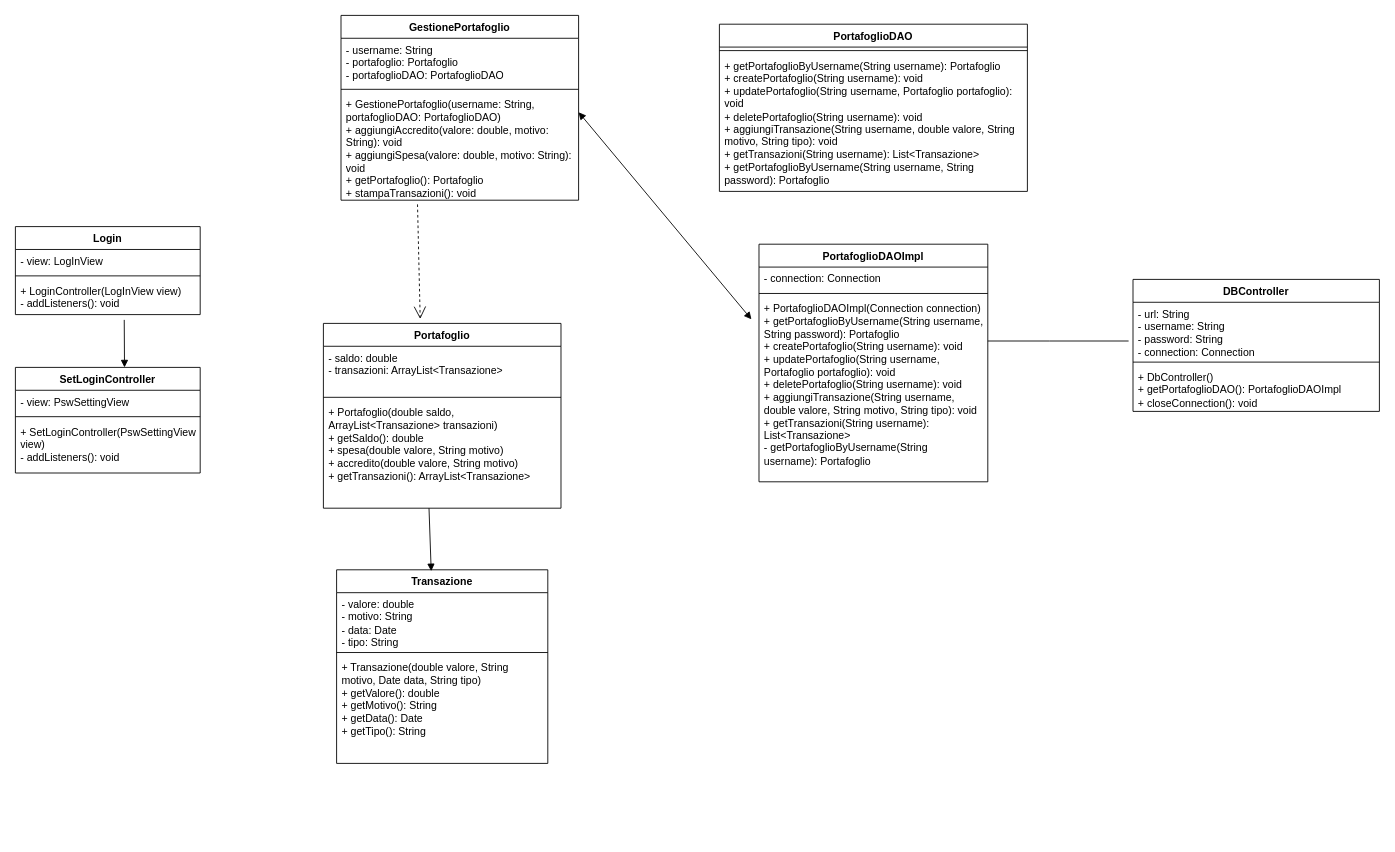
This is Portafoglio/Uml Model.drawio from IngSW-unipv/Progetto-AC23, a draw.io file, before an edit. Source tidied: cells renumbered, new cells numbered last; positions are measured from the earlier drawing's top-left corner, leaving out a move shared by most shapes. Both pictures are drawn from the tidied source at 88%, with x=0, y=0 at pixel (15, 15).
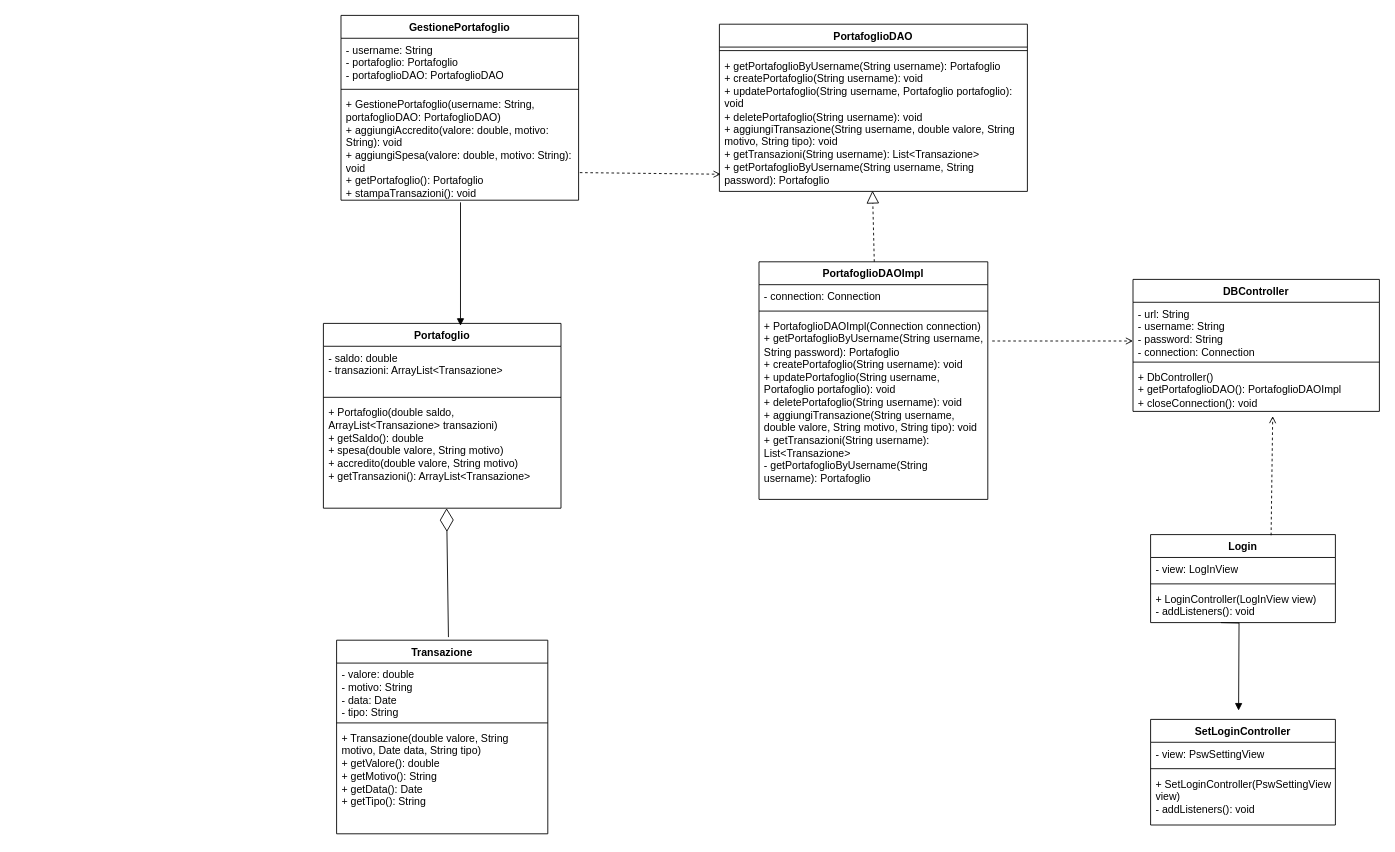
The same diagram, later.

Unchanged cells that the change refers to:
```xml
<mxCell id="6" value="Portafoglio" style="swimlane;fontStyle=1;align=center;verticalAlign=top;horizontal=1;startSize=26;whiteSpace=wrap;html=1;" parent="1" vertex="1">
  <mxGeometry x="350" y="350" width="270" height="210" as="geometry" />
</mxCell>
<mxCell id="13" value="&lt;div&gt;+ LoginController(LogInView view)&lt;/div&gt;&lt;div&gt;- addListeners(): void&lt;/div&gt;&lt;div&gt;&lt;br&gt;&lt;/div&gt;" style="text;strokeColor=none;fillColor=none;align=left;verticalAlign=top;spacingLeft=4;spacingRight=4;overflow=hidden;points=[[0,0.5],[1,0.5]];portConstraint=eastwest;whiteSpace=wrap;html=1;" parent="10" vertex="1">
  <mxGeometry y="60" width="210" height="40" as="geometry" />
</mxCell>
<mxCell id="20" value="&lt;div&gt;+ getPortafoglioByUsername(String username): Portafoglio&lt;/div&gt;&lt;div&gt;+ createPortafoglio(String username): void&lt;/div&gt;&lt;div&gt;+ updatePortafoglio(String username, Portafoglio portafoglio): void&lt;/div&gt;&lt;div&gt;+ deletePortafoglio(String username): void&lt;/div&gt;&lt;div&gt;+ aggiungiTransazione(String username, double valore, String motivo, String tipo): void&lt;/div&gt;&lt;div&gt;+ getTransazioni(String username): List&amp;lt;Transazione&amp;gt;&lt;/div&gt;&lt;div&gt;+ getPortafoglioByUsername(String username, String password): Portafoglio&lt;/div&gt;&lt;div&gt;&lt;br&gt;&lt;/div&gt;" style="text;strokeColor=none;fillColor=none;align=left;verticalAlign=top;spacingLeft=4;spacingRight=4;overflow=hidden;points=[[0,0.5],[1,0.5]];portConstraint=eastwest;whiteSpace=wrap;html=1;" parent="18" vertex="1">
  <mxGeometry y="34" width="350" height="156" as="geometry" />
</mxCell>
<mxCell id="24" value="&lt;div&gt;+ PortafoglioDAOImpl(Connection connection)&lt;/div&gt;&lt;div&gt;+ getPortafoglioByUsername(String username, String password): Portafoglio&lt;/div&gt;&lt;div&gt;+ createPortafoglio(String username): void&lt;/div&gt;&lt;div&gt;+ updatePortafoglio(String username, Portafoglio portafoglio): void&lt;/div&gt;&lt;div&gt;+ deletePortafoglio(String username): void&lt;/div&gt;&lt;div&gt;+ aggiungiTransazione(String username, double valore, String motivo, String tipo): void&lt;/div&gt;&lt;div&gt;+ getTransazioni(String username): List&amp;lt;Transazione&amp;gt;&lt;/div&gt;&lt;div&gt;- getPortafoglioByUsername(String username): Portafoglio&lt;/div&gt;&lt;div&gt;&lt;br&gt;&lt;/div&gt;" style="text;strokeColor=none;fillColor=none;align=left;verticalAlign=top;spacingLeft=4;spacingRight=4;overflow=hidden;points=[[0,0.5],[1,0.5]];portConstraint=eastwest;whiteSpace=wrap;html=1;" parent="21" vertex="1">
  <mxGeometry y="60" width="260" height="210" as="geometry" />
</mxCell>
<mxCell id="28" value="&lt;div&gt;+ DbController()&lt;/div&gt;&lt;div&gt;+ getPortafoglioDAO(): PortafoglioDAOImpl&lt;/div&gt;&lt;div&gt;+ closeConnection(): void&lt;/div&gt;&lt;div&gt;&lt;br&gt;&lt;/div&gt;" style="text;strokeColor=none;fillColor=none;align=left;verticalAlign=top;spacingLeft=4;spacingRight=4;overflow=hidden;points=[[0,0.5],[1,0.5]];portConstraint=eastwest;whiteSpace=wrap;html=1;" parent="25" vertex="1">
  <mxGeometry y="98" width="280" height="52" as="geometry" />
</mxCell>
<mxCell id="32" value="&lt;div&gt;+ GestionePortafoglio(username: String, portafoglioDAO: PortafoglioDAO)&lt;/div&gt;&lt;div&gt;+ aggiungiAccredito(valore: double, motivo: String): void&lt;/div&gt;&lt;div&gt;+ aggiungiSpesa(valore: double, motivo: String): void&lt;/div&gt;&lt;div&gt;+ getPortafoglio(): Portafoglio&lt;/div&gt;&lt;div&gt;+ stampaTransazioni(): void&lt;/div&gt;&lt;div&gt;&lt;br&gt;&lt;/div&gt;" style="text;strokeColor=none;fillColor=none;align=left;verticalAlign=top;spacingLeft=4;spacingRight=4;overflow=hidden;points=[[0,0.5],[1,0.5]];portConstraint=eastwest;whiteSpace=wrap;html=1;" parent="29" vertex="1">
  <mxGeometry y="88" width="270" height="122" as="geometry" />
</mxCell>
```

Change to the diagram source:
```diff
@@
     <mxCell id="2" value="Transazione" style="swimlane;fontStyle=1;align=center;verticalAlign=top;horizontal=1;startSize=26;whiteSpace=wrap;html=1;" parent="1" vertex="1">
-      <mxGeometry x="365" y="630" width="240" height="220" as="geometry" />
+      <mxGeometry x="365" y="710" width="240" height="220" as="geometry" />
     </mxCell>
@@
     <mxCell id="10" value="Login" style="swimlane;fontStyle=1;align=center;verticalAlign=top;horizontal=1;startSize=26;whiteSpace=wrap;html=1;" parent="1" vertex="1">
-      <mxGeometry y="240" width="210" height="100" as="geometry" />
+      <mxGeometry x="1290" y="590" width="210" height="100" as="geometry" />
     </mxCell>
@@
+    <mxCell id="38" style="endArrow=block;endFill=1;html=1;edgeStyle=orthogonalEdgeStyle;align=left;verticalAlign=top;rounded=0;" parent="10" edge="1">
+      <mxGeometry x="-1" relative="1" as="geometry">
+        <mxPoint x="80" y="100" as="sourcePoint" />
+        <mxPoint x="100" y="200" as="targetPoint" />
+      </mxGeometry>
+    </mxCell>
     <mxCell id="14" value="SetLoginController" style="swimlane;fontStyle=1;align=center;verticalAlign=top;horizontal=1;startSize=26;whiteSpace=wrap;html=1;" parent="1" vertex="1">
-      <mxGeometry y="400" width="210" height="120" as="geometry" />
+      <mxGeometry x="1290" y="800" width="210" height="120" as="geometry" />
     </mxCell>
@@
     <mxCell id="21" value="PortafoglioDAOImpl" style="swimlane;fontStyle=1;align=center;verticalAlign=top;horizontal=1;startSize=26;whiteSpace=wrap;html=1;" parent="1" vertex="1">
-      <mxGeometry x="845" y="260" width="260" height="270" as="geometry" />
+      <mxGeometry x="845" y="280" width="260" height="270" as="geometry" />
     </mxCell>
@@
-    <mxCell id="33" style="endArrow=none;html=1;edgeStyle=orthogonalEdgeStyle;rounded=0;" parent="1" edge="1">
-      <mxGeometry relative="1" as="geometry">
-        <mxPoint x="1105" y="370" as="sourcePoint" />
-        <mxPoint x="1265" y="370" as="targetPoint" />
-        <Array as="points">
-          <mxPoint x="1175" y="370" />
-          <mxPoint x="1175" y="370" />
-        </Array>
-      </mxGeometry>
-    </mxCell>
-    <mxCell id="34" style="endArrow=block;startArrow=block;endFill=1;startFill=1;html=1;rounded=0;entryX=-0.033;entryY=0.121;entryDx=0;entryDy=0;entryPerimeter=0;" parent="1" edge="1" target="24">
-      <mxGeometry relative="1" as="geometry">
-        <mxPoint x="640" y="110" as="sourcePoint" />
-      </mxGeometry>
-    </mxCell>
-    <mxCell id="35" style="endArrow=open;endSize=12;dashed=1;html=1;rounded=0;exitX=0.322;exitY=1.039;exitDx=0;exitDy=0;exitPerimeter=0;" parent="1" edge="1" source="32">
-      <mxGeometry relative="1" as="geometry">
-        <mxPoint x="460" y="345" as="targetPoint" />
-      </mxGeometry>
-    </mxCell>
-    <mxCell id="36" style="html=1;verticalAlign=bottom;endArrow=block;curved=0;rounded=0;exitX=0.589;exitY=1.15;exitDx=0;exitDy=0;exitPerimeter=0;" parent="1" edge="1" source="13">
-      <mxGeometry relative="1" as="geometry">
-        <mxPoint x="124" y="400" as="targetPoint" />
-      </mxGeometry>
-    </mxCell>
-    <mxCell id="37" style="html=1;verticalAlign=bottom;endArrow=block;curved=0;rounded=0;entryX=0.448;entryY=0.007;entryDx=0;entryDy=0;entryPerimeter=0;" parent="1" edge="1" target="2">
-      <mxGeometry relative="1" as="geometry">
-        <mxPoint x="470" y="560" as="sourcePoint" />
-      </mxGeometry>
-    </mxCell>
+    <mxCell id="39" style="endArrow=diamondThin;endFill=0;endSize=24;html=1;rounded=0;entryX=0.49;entryY=1.029;entryDx=0;entryDy=0;entryPerimeter=0;" parent="1" edge="1">
+      <mxGeometry relative="1" as="geometry">
+        <mxPoint x="492.1" y="706.5" as="sourcePoint" />
+        <mxPoint x="490" y="560" as="targetPoint" />
+      </mxGeometry>
+    </mxCell>
+    <mxCell id="40" style="endArrow=open;html=1;rounded=0;align=center;verticalAlign=bottom;dashed=1;endFill=0;labelBackgroundColor=none;entryX=0.004;entryY=0.875;entryDx=0;entryDy=0;entryPerimeter=0;exitX=1.005;exitY=0.743;exitDx=0;exitDy=0;exitPerimeter=0;" parent="1" edge="1" source="32" target="20">
+      <mxGeometry relative="1" as="geometry" />
+    </mxCell>
+    <mxCell id="41" style="html=1;align=center;verticalAlign=top;labelBackgroundColor=none;" parent="40" vertex="1">
+      <mxGeometry relative="1" as="geometry" />
+    </mxCell>
+    <mxCell id="42" style="endArrow=block;dashed=1;endFill=0;endSize=12;html=1;rounded=0;entryX=0.566;entryY=0.995;entryDx=0;entryDy=0;entryPerimeter=0;" parent="1" edge="1">
+      <mxGeometry relative="1" as="geometry">
+        <mxPoint x="976" y="280" as="sourcePoint" />
+        <mxPoint x="974" y="199.2" as="targetPoint" />
+      </mxGeometry>
+    </mxCell>
+    <mxCell id="43" style="html=1;verticalAlign=bottom;endArrow=block;curved=0;rounded=0;exitX=0.503;exitY=1.02;exitDx=0;exitDy=0;exitPerimeter=0;entryX=0.577;entryY=0.013;entryDx=0;entryDy=0;entryPerimeter=0;" parent="1" edge="1" source="32" target="6">
+      <mxGeometry relative="1" as="geometry" />
+    </mxCell>
+    <mxCell id="44" style="endArrow=open;html=1;rounded=0;align=center;verticalAlign=bottom;dashed=1;endFill=0;labelBackgroundColor=none;" parent="1" edge="1">
+      <mxGeometry relative="1" as="geometry">
+        <mxPoint x="1110" y="370" as="sourcePoint" />
+        <mxPoint x="1270" y="370" as="targetPoint" />
+      </mxGeometry>
+    </mxCell>
+    <mxCell id="45" style="html=1;align=center;verticalAlign=top;labelBackgroundColor=none;" parent="44" vertex="1">
+      <mxGeometry relative="1" as="geometry" />
+    </mxCell>
+    <mxCell id="46" style="endArrow=open;html=1;rounded=0;align=center;verticalAlign=bottom;dashed=1;endFill=0;labelBackgroundColor=none;exitX=0.652;exitY=0.008;exitDx=0;exitDy=0;exitPerimeter=0;entryX=0.567;entryY=1.102;entryDx=0;entryDy=0;entryPerimeter=0;" parent="1" edge="1" source="10" target="28">
+      <mxGeometry relative="1" as="geometry" />
+    </mxCell>
+    <mxCell id="47" style="html=1;align=center;verticalAlign=top;labelBackgroundColor=none;" parent="46" vertex="1">
+      <mxGeometry relative="1" as="geometry" />
+    </mxCell>
```
